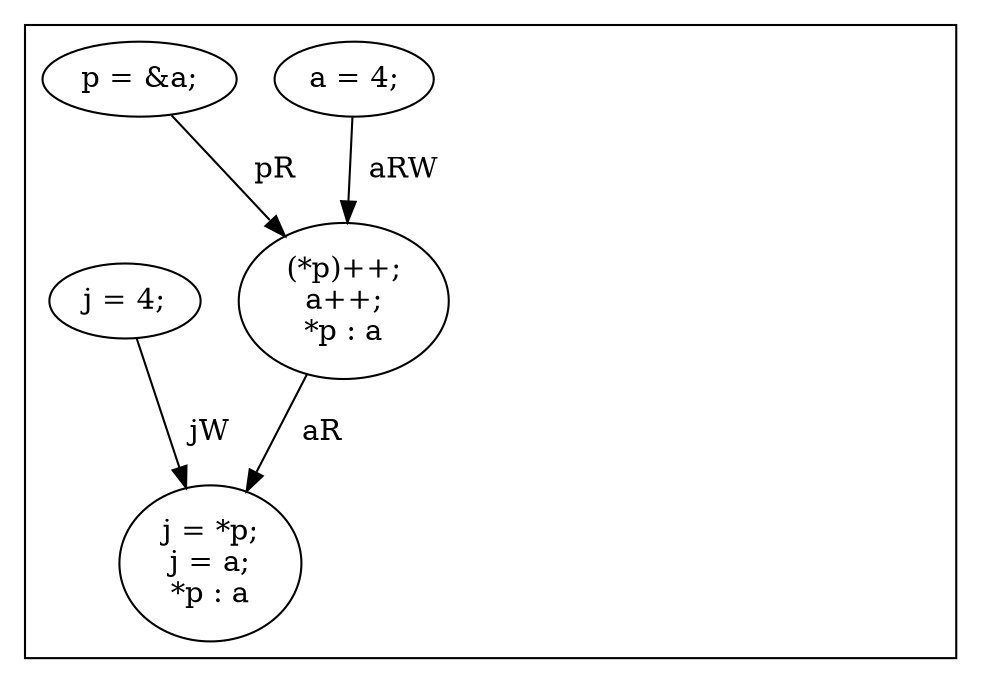
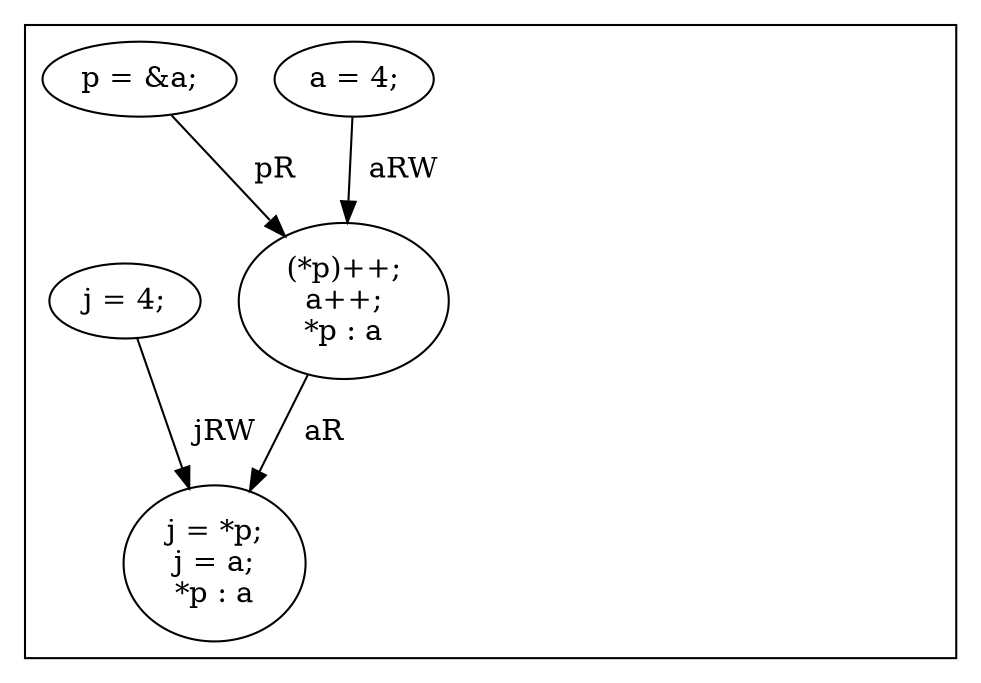
digraph G {
subgraph cluster_f0 {
    invisibleNodeScope_1 [style=invis];
    0 [label="a = 4;"];
    0 -> 2[label="  aRW"];
    1 [label="p = &a;"];
    1 -> 2[label="  pR"];
    2 [label="(*p)++;
a++;
*p : a"];
    2 -> 5[label="  aR"];
    4 [label="j = 4;"];
-     4 -> 5[label="  jW"];
+     4 -> 5[label="  jRW"];
    5 [label="j = *p;
j = a;
*p : a"];
}
}
